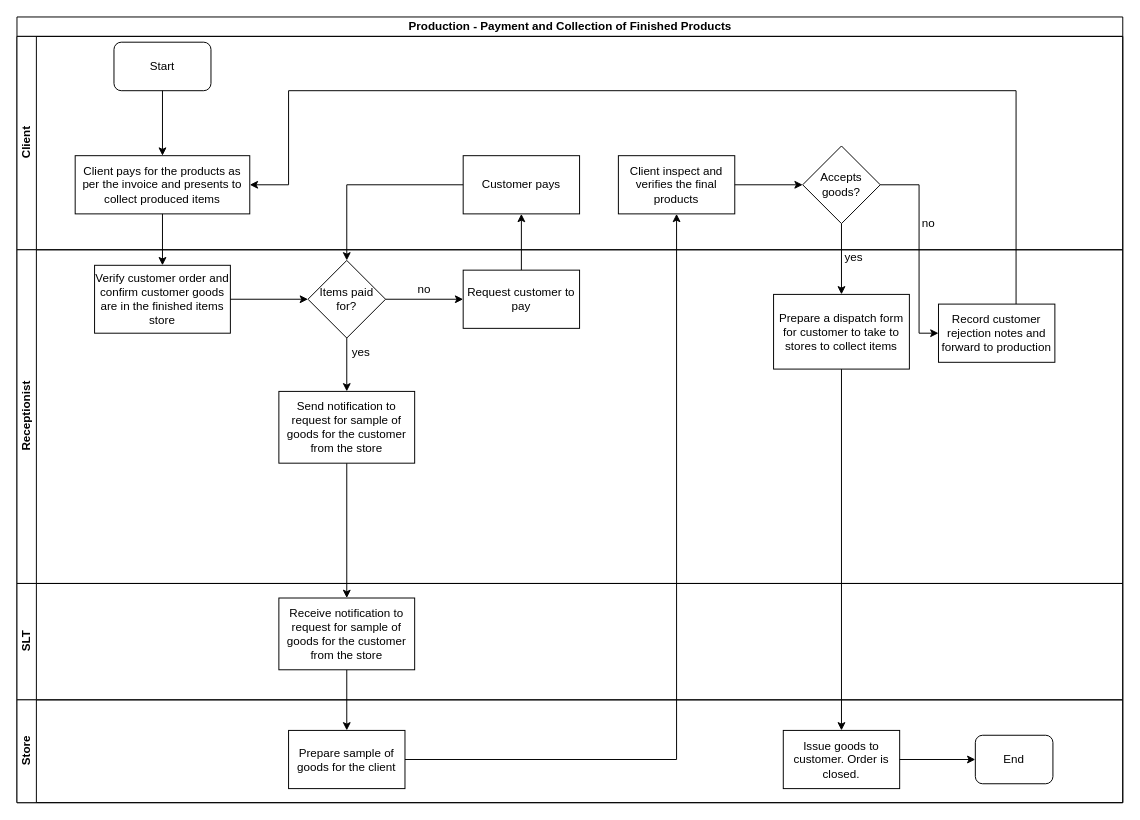
This is LC-Payment and Collection of Finished Products.drawio from kmagua/flowcharts, a draw.io file, before an edit. Source tidied: cells renumbered, new cells numbered last; positions are measured from the earlier drawing's top-left corner, leaving out a move shared by most shapes. Both pictures are drawn from the tidied source at 97%, with x=0, y=0 at pixel (16, 16).
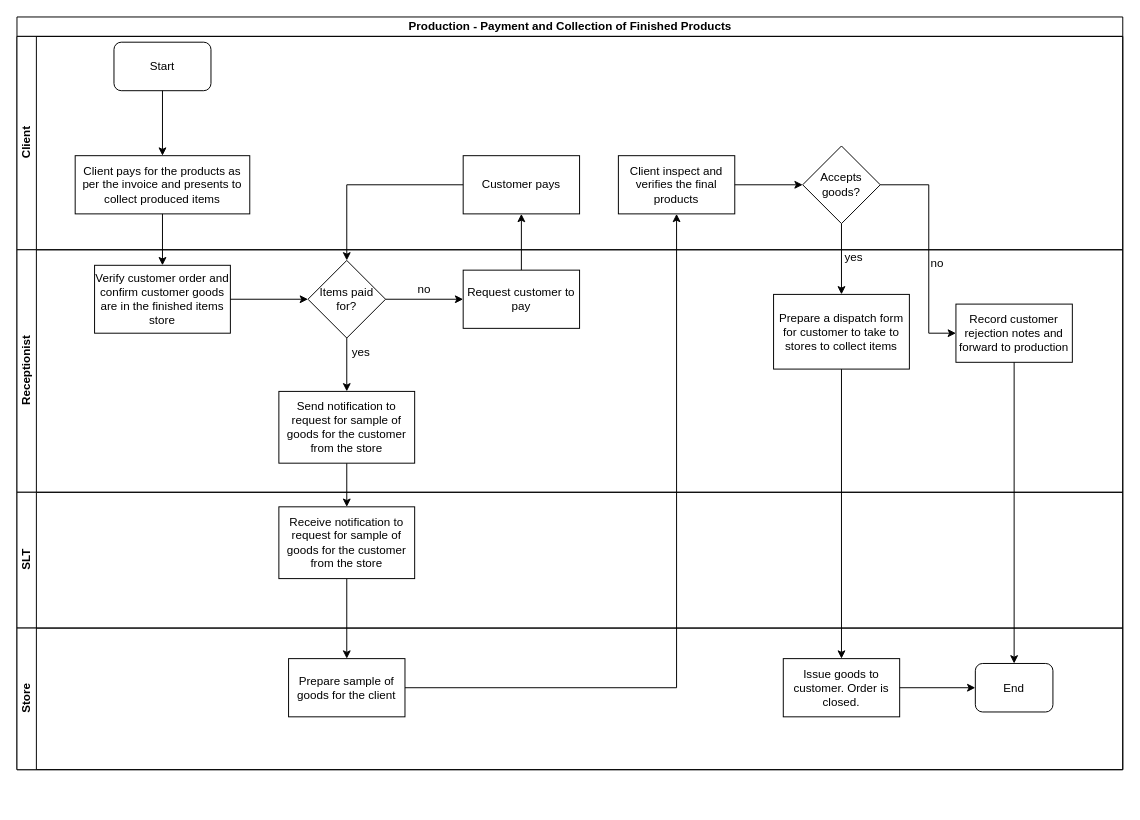
After the change.

The change refers to these unchanged cells:
```xml
<mxCell id="3" value="Client" style="swimlane;html=1;startSize=20;horizontal=0;" parent="2" vertex="1">
  <mxGeometry y="20" width="1140" height="220" as="geometry" />
</mxCell>
<mxCell id="5" value="Client pays for the products as per the invoice and presents to collect produced items" style="rounded=0;whiteSpace=wrap;html=1;" parent="3" vertex="1">
  <mxGeometry x="60" y="123" width="180" height="60" as="geometry" />
</mxCell>
<mxCell id="21" value="Accepts goods?" style="rhombus;whiteSpace=wrap;html=1;rounded=0;" parent="17" vertex="1">
  <mxGeometry x="810" y="-107" width="80" height="80" as="geometry" />
</mxCell>
<mxCell id="40" value="End" style="rounded=1;whiteSpace=wrap;html=1;" parent="37" vertex="1">
  <mxGeometry x="988" y="36.5" width="80" height="50" as="geometry" />
</mxCell>
```

What changed in the source:
```diff
@@
     <mxCell id="2" value="Production - Payment and Collection of Finished Products" style="swimlane;html=1;horizontal=1;startSize=20;" parent="1" vertex="1">
-      <mxGeometry width="1140" height="810" as="geometry" />
+      <mxGeometry width="1140" height="776" as="geometry" />
     </mxCell>
@@
     <mxCell id="8" value="no" style="text;html=1;strokeColor=none;fillColor=none;align=center;verticalAlign=middle;whiteSpace=wrap;rounded=0;" parent="3" vertex="1">
-      <mxGeometry x="920" y="183" width="40" height="20" as="geometry" />
+      <mxGeometry x="929" y="224" width="40" height="20" as="geometry" />
     </mxCell>
@@
-    <mxCell id="16" style="edgeStyle=orthogonalEdgeStyle;rounded=0;jettySize=auto;html=1;entryX=1;entryY=0.5;entryDx=0;entryDy=0;" parent="2" edge="1" source="33" target="5">
-      <mxGeometry relative="1" as="geometry">
-        <Array as="points">
-          <mxPoint x="1030" y="76" />
-          <mxPoint x="280" y="76" />
-          <mxPoint x="280" y="173" />
-        </Array>
-      </mxGeometry>
-    </mxCell>
     <mxCell id="17" value="Receptionist" style="swimlane;html=1;startSize=20;horizontal=0;" parent="2" vertex="1">
-      <mxGeometry y="240" width="1140" height="344" as="geometry" />
+      <mxGeometry y="240" width="1140" height="250" as="geometry" />
     </mxCell>
@@
     <mxCell id="33" value="Record customer rejection notes and forward to production" style="whiteSpace=wrap;html=1;rounded=0;" parent="17" vertex="1">
-      <mxGeometry x="950" y="56" width="120" height="60" as="geometry" />
+      <mxGeometry x="968" y="56" width="120" height="60" as="geometry" />
     </mxCell>
     <mxCell id="34" style="edgeStyle=orthogonalEdgeStyle;rounded=0;jettySize=auto;html=1;" parent="17" edge="1" source="21" target="33">
       <mxGeometry relative="1" as="geometry">
         <Array as="points">
-          <mxPoint x="930" y="-67" />
-          <mxPoint x="930" y="86" />
+          <mxPoint x="940" y="-67" />
+          <mxPoint x="940" y="86" />
         </Array>
       </mxGeometry>
     </mxCell>
     <mxCell id="35" value="SLT" style="swimlane;html=1;startSize=20;horizontal=0;" parent="2" vertex="1">
-      <mxGeometry y="584" width="1140" height="120" as="geometry" />
+      <mxGeometry y="490" width="1140" height="140" as="geometry" />
     </mxCell>
@@
     <mxCell id="37" value="Store" style="swimlane;html=1;startSize=20;horizontal=0;" parent="2" vertex="1">
-      <mxGeometry y="704" width="1140" height="106" as="geometry" />
+      <mxGeometry y="630" width="1140" height="146" as="geometry" />
     </mxCell>
@@
+    <mxCell id="42" style="edgeStyle=orthogonalEdgeStyle;rounded=0;jettySize=auto;html=1;entryX=0.5;entryY=0;entryDx=0;entryDy=0;" parent="2" edge="1" source="33" target="40">
+      <mxGeometry relative="1" as="geometry" />
+    </mxCell>
```
